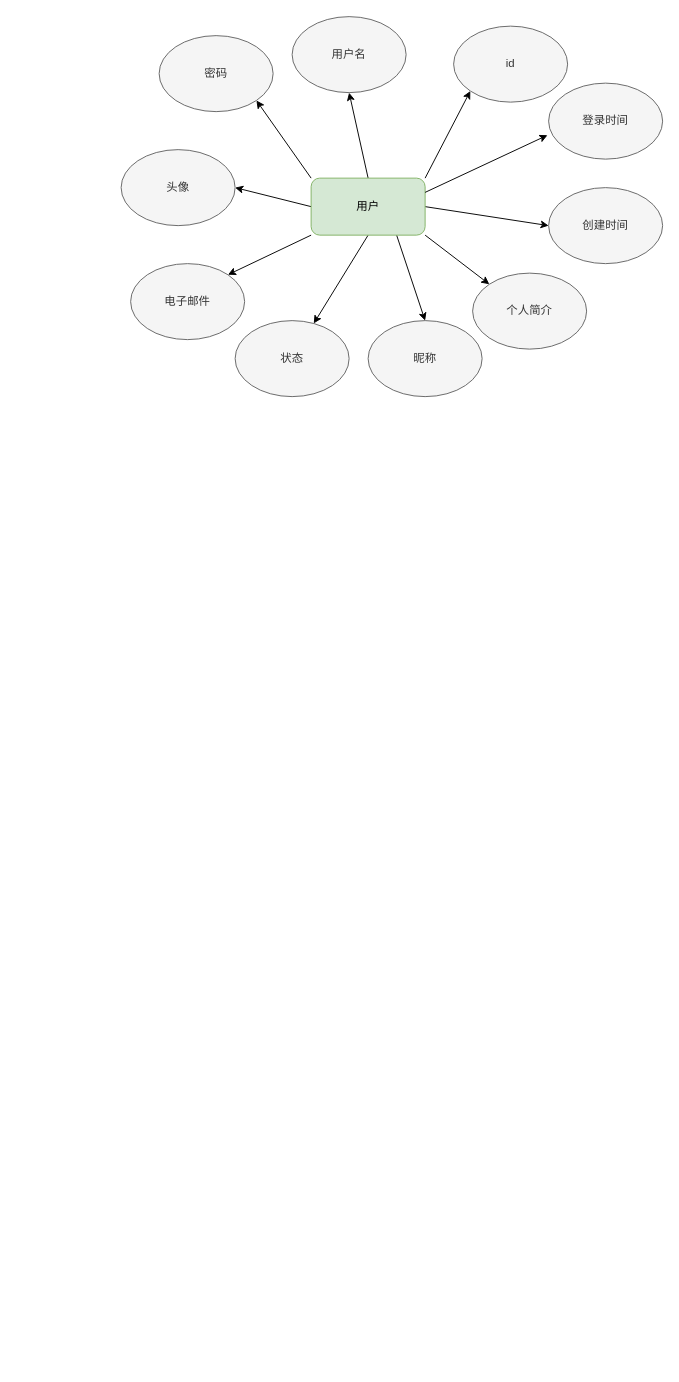
The draw.io diagram 毕设/资源共享-er图.drawio in xiaoguokf/draw.io, before the edit. Source tidied: cells renumbered, new cells numbered last; positions are measured from the earlier drawing's top-left corner, leaving out a move shared by most shapes. Both pictures are drawn from the tidied source at 95%, with x=0, y=0 at pixel (121, 16).
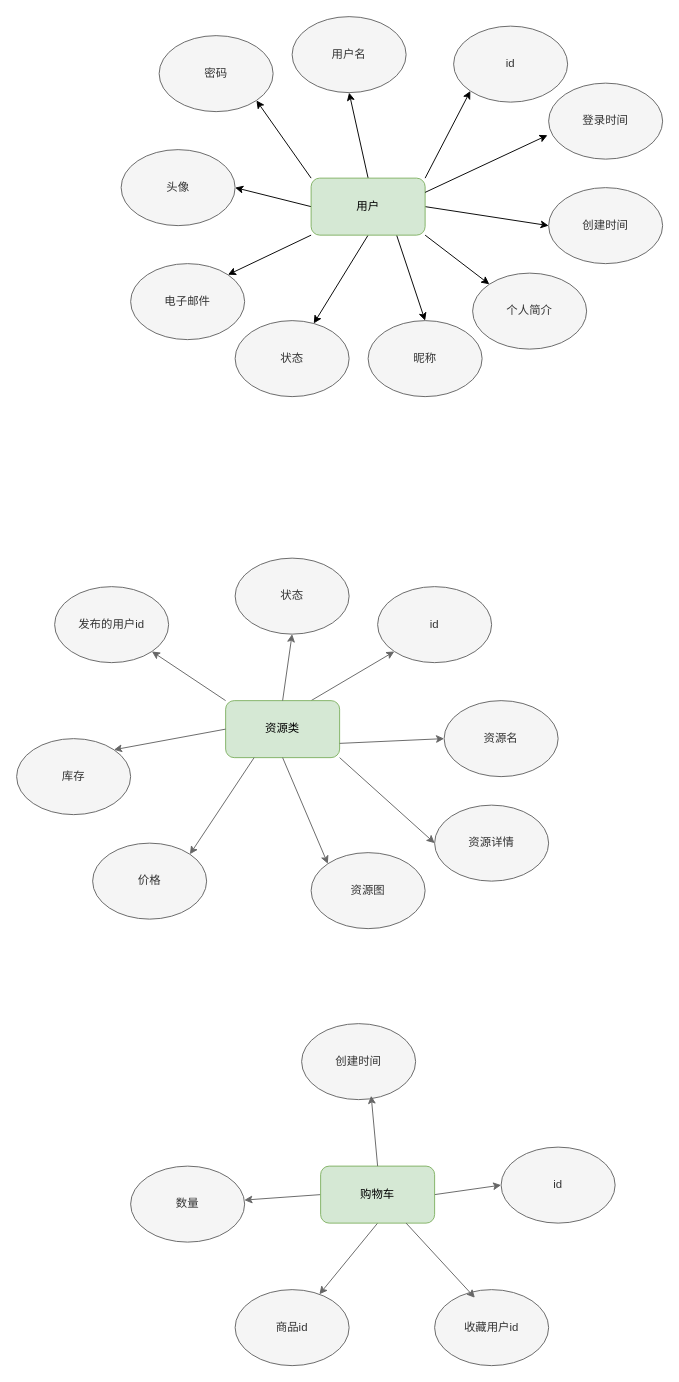
The same page after the edit.

Commit message (it also covers changes not shown here):
更新资源共享-er图.drawio

What changed in the source:
```diff
@@
+    <mxCell id="23" style="rounded=0;jettySize=auto;html=1;exitX=0.75;exitY=0;exitDx=0;exitDy=0;entryX=0;entryY=1;entryDx=0;entryDy=0;fillColor=#f5f5f5;strokeColor=#666666;" parent="1" edge="1" source="24" target="25">
+      <mxGeometry relative="1" as="geometry" />
+    </mxCell>
+    <mxCell id="24" value="资源类" style="rounded=1;whiteSpace=wrap;html=1;fillColor=#d5e8d4;strokeColor=#82b366;" parent="1" vertex="1">
+      <mxGeometry x="110" y="720" width="120" height="60" as="geometry" />
+    </mxCell>
+    <mxCell id="25" value="id" style="ellipse;whiteSpace=wrap;html=1;fillColor=#f5f5f5;fontColor=#333333;strokeColor=#666666;" parent="1" vertex="1">
+      <mxGeometry x="270" y="600" width="120" height="80" as="geometry" />
+    </mxCell>
+    <mxCell id="26" style="rounded=0;jettySize=auto;html=1;exitX=1;exitY=0.75;exitDx=0;exitDy=0;entryX=0;entryY=0.5;entryDx=0;entryDy=0;fillColor=#f5f5f5;strokeColor=#666666;" parent="1" edge="1" source="24" target="27">
+      <mxGeometry relative="1" as="geometry" />
+    </mxCell>
+    <mxCell id="27" value="资源名" style="ellipse;whiteSpace=wrap;html=1;fillColor=#f5f5f5;fontColor=#333333;strokeColor=#666666;" parent="1" vertex="1">
+      <mxGeometry x="340" y="720" width="120" height="80" as="geometry" />
+    </mxCell>
+    <mxCell id="28" style="rounded=0;jettySize=auto;html=1;exitX=1;exitY=1;exitDx=0;exitDy=0;entryX=0;entryY=0.5;entryDx=0;entryDy=0;fillColor=#f5f5f5;strokeColor=#666666;" parent="1" edge="1" source="24" target="29">
+      <mxGeometry relative="1" as="geometry" />
+    </mxCell>
+    <mxCell id="29" value="资源详情" style="ellipse;whiteSpace=wrap;html=1;fillColor=#f5f5f5;fontColor=#333333;strokeColor=#666666;" parent="1" vertex="1">
+      <mxGeometry x="330" y="830" width="120" height="80" as="geometry" />
+    </mxCell>
+    <mxCell id="30" value="资源图" style="ellipse;whiteSpace=wrap;html=1;fillColor=#f5f5f5;fontColor=#333333;strokeColor=#666666;" parent="1" vertex="1">
+      <mxGeometry x="200" y="880" width="120" height="80" as="geometry" />
+    </mxCell>
+    <mxCell id="31" style="rounded=0;jettySize=auto;html=1;exitX=0.5;exitY=1;exitDx=0;exitDy=0;entryX=0;entryY=0;entryDx=0;entryDy=0;fillColor=#f5f5f5;strokeColor=#666666;" parent="1" edge="1" source="24" target="30">
+      <mxGeometry relative="1" as="geometry" />
+    </mxCell>
+    <mxCell id="32" value="价格" style="ellipse;whiteSpace=wrap;html=1;fillColor=#f5f5f5;fontColor=#333333;strokeColor=#666666;" parent="1" vertex="1">
+      <mxGeometry x="-30" y="870" width="120" height="80" as="geometry" />
+    </mxCell>
+    <mxCell id="33" style="rounded=0;jettySize=auto;html=1;exitX=0.25;exitY=1;exitDx=0;exitDy=0;entryX=1;entryY=0;entryDx=0;entryDy=0;fillColor=#f5f5f5;strokeColor=#666666;" parent="1" edge="1" source="24" target="32">
+      <mxGeometry relative="1" as="geometry" />
+    </mxCell>
+    <mxCell id="34" value="库存" style="ellipse;whiteSpace=wrap;html=1;fillColor=#f5f5f5;fontColor=#333333;strokeColor=#666666;" parent="1" vertex="1">
+      <mxGeometry x="-110" y="760" width="120" height="80" as="geometry" />
+    </mxCell>
+    <mxCell id="35" style="rounded=0;jettySize=auto;html=1;exitX=0;exitY=0.5;exitDx=0;exitDy=0;entryX=1;entryY=0;entryDx=0;entryDy=0;fillColor=#f5f5f5;strokeColor=#666666;" parent="1" edge="1" source="24" target="34">
+      <mxGeometry relative="1" as="geometry" />
+    </mxCell>
+    <mxCell id="36" value="发布的用户id" style="ellipse;whiteSpace=wrap;html=1;fillColor=#f5f5f5;fontColor=#333333;strokeColor=#666666;" parent="1" vertex="1">
+      <mxGeometry x="-70" y="600" width="120" height="80" as="geometry" />
+    </mxCell>
+    <mxCell id="37" style="rounded=0;jettySize=auto;html=1;exitX=0;exitY=0;exitDx=0;exitDy=0;entryX=1;entryY=1;entryDx=0;entryDy=0;fillColor=#f5f5f5;strokeColor=#666666;" parent="1" edge="1" source="24" target="36">
+      <mxGeometry relative="1" as="geometry" />
+    </mxCell>
+    <mxCell id="38" value="状态" style="ellipse;whiteSpace=wrap;html=1;fillColor=#f5f5f5;fontColor=#333333;strokeColor=#666666;" parent="1" vertex="1">
+      <mxGeometry x="120" y="570" width="120" height="80" as="geometry" />
+    </mxCell>
+    <mxCell id="39" style="rounded=0;jettySize=auto;html=1;exitX=0.5;exitY=0;exitDx=0;exitDy=0;entryX=0.5;entryY=1;entryDx=0;entryDy=0;fillColor=#f5f5f5;strokeColor=#666666;" parent="1" edge="1" source="24" target="38">
+      <mxGeometry relative="1" as="geometry" />
+    </mxCell>
+    <mxCell id="40" style="rounded=0;jettySize=auto;html=1;exitX=1;exitY=0.5;exitDx=0;exitDy=0;entryX=0;entryY=0.5;entryDx=0;entryDy=0;fillColor=#f5f5f5;strokeColor=#666666;" parent="1" edge="1" source="43" target="44">
+      <mxGeometry relative="1" as="geometry" />
+    </mxCell>
+    <mxCell id="41" style="rounded=0;jettySize=auto;html=1;exitX=0;exitY=0.5;exitDx=0;exitDy=0;fillColor=#f5f5f5;strokeColor=#666666;" parent="1" edge="1" source="43" target="47">
+      <mxGeometry relative="1" as="geometry" />
+    </mxCell>
+    <mxCell id="42" style="rounded=0;jettySize=auto;html=1;exitX=0.5;exitY=1;exitDx=0;exitDy=0;fillColor=#f5f5f5;strokeColor=#666666;" parent="1" edge="1" source="43" target="46">
+      <mxGeometry relative="1" as="geometry" />
+    </mxCell>
+    <mxCell id="43" value="购物车" style="rounded=1;whiteSpace=wrap;html=1;fillColor=#d5e8d4;strokeColor=#82b366;" parent="1" vertex="1">
+      <mxGeometry x="210" y="1210" width="120" height="60" as="geometry" />
+    </mxCell>
+    <mxCell id="44" value="id" style="ellipse;whiteSpace=wrap;html=1;fillColor=#f5f5f5;fontColor=#333333;strokeColor=#666666;" parent="1" vertex="1">
+      <mxGeometry x="400" y="1190" width="120" height="80" as="geometry" />
+    </mxCell>
+    <mxCell id="45" value="收藏用户id" style="ellipse;whiteSpace=wrap;html=1;fillColor=#f5f5f5;fontColor=#333333;strokeColor=#666666;" parent="1" vertex="1">
+      <mxGeometry x="330" y="1340" width="120" height="80" as="geometry" />
+    </mxCell>
+    <mxCell id="46" value="商品id" style="ellipse;whiteSpace=wrap;html=1;fillColor=#f5f5f5;fontColor=#333333;strokeColor=#666666;" parent="1" vertex="1">
+      <mxGeometry x="120" y="1340" width="120" height="80" as="geometry" />
+    </mxCell>
+    <mxCell id="47" value="数量" style="ellipse;whiteSpace=wrap;html=1;fillColor=#f5f5f5;fontColor=#333333;strokeColor=#666666;" parent="1" vertex="1">
+      <mxGeometry x="10" y="1210" width="120" height="80" as="geometry" />
+    </mxCell>
+    <mxCell id="48" value="创建时间" style="ellipse;whiteSpace=wrap;html=1;fillColor=#f5f5f5;fontColor=#333333;strokeColor=#666666;" parent="1" vertex="1">
+      <mxGeometry x="190" y="1060" width="120" height="80" as="geometry" />
+    </mxCell>
+    <mxCell id="49" style="rounded=0;jettySize=auto;html=1;exitX=0.5;exitY=0;exitDx=0;exitDy=0;entryX=0.61;entryY=0.949;entryDx=0;entryDy=0;entryPerimeter=0;fillColor=#f5f5f5;strokeColor=#666666;" parent="1" edge="1" source="43" target="48">
+      <mxGeometry relative="1" as="geometry" />
+    </mxCell>
+    <mxCell id="50" style="rounded=0;jettySize=auto;html=1;exitX=0.75;exitY=1;exitDx=0;exitDy=0;entryX=0.353;entryY=0.107;entryDx=0;entryDy=0;entryPerimeter=0;fillColor=#f5f5f5;strokeColor=#666666;" parent="1" edge="1" source="43" target="45">
+      <mxGeometry relative="1" as="geometry" />
+    </mxCell>
```
